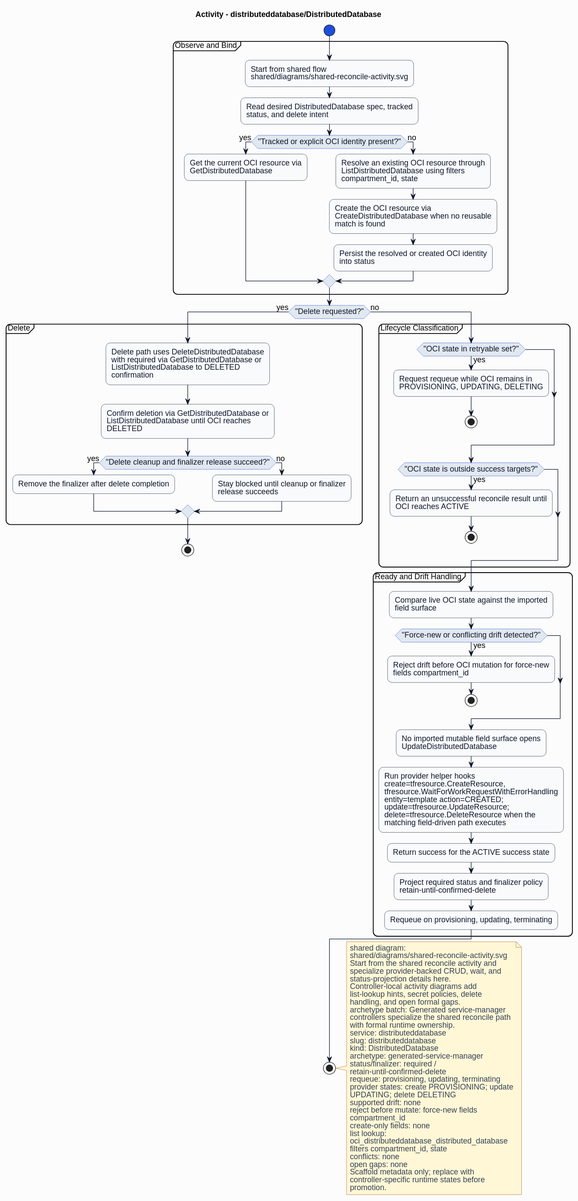
Earlier version of the PlantUML export formal/controllers/distributeddatabase/distributeddatabase/diagrams/activity.svg (HaoyL666/oci-service-operator).
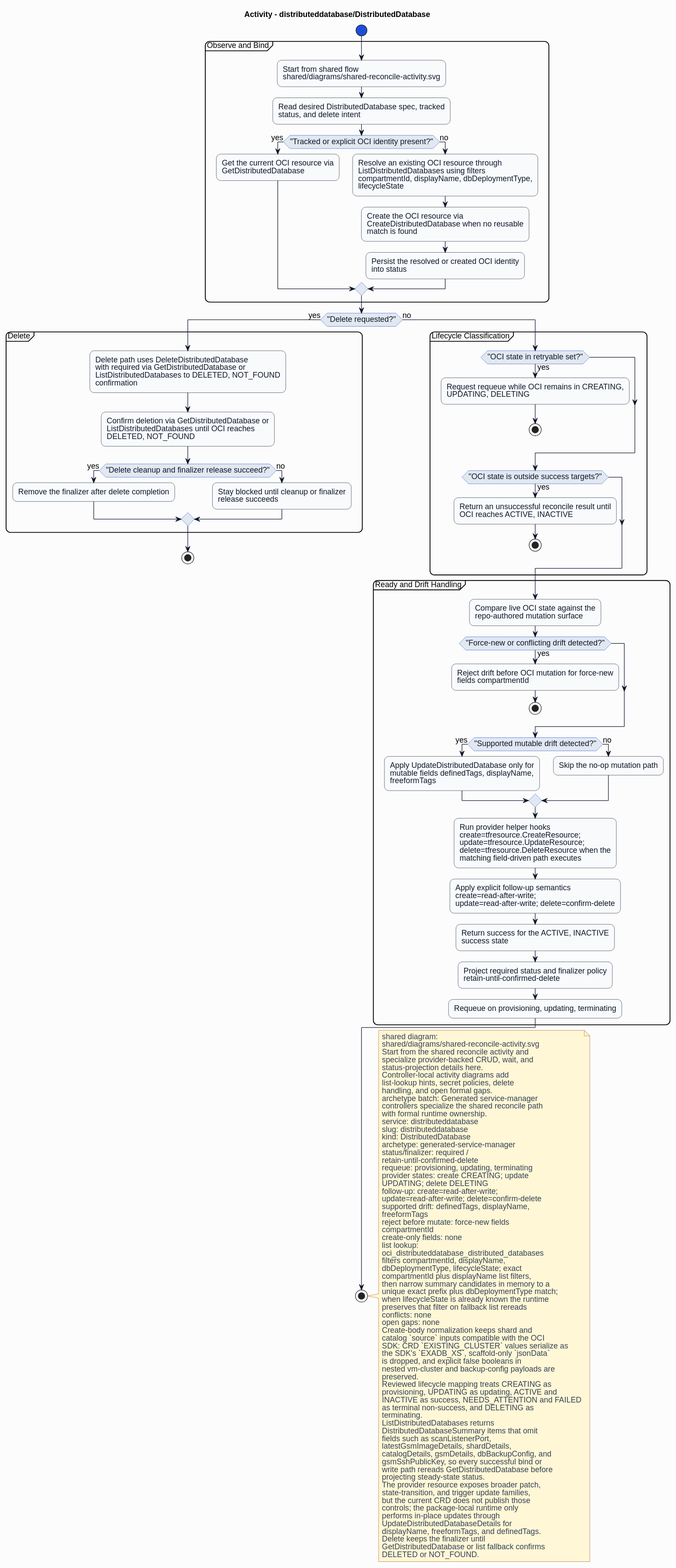
The same diagram one commit later.

Commit message:
US-170: implement DistributedDatabase runtime

Change to the diagram source:
```diff
@@ -27,15 +27,15 @@
 if ("Tracked or explicit OCI identity present?") then (yes)
 :Get the current OCI resource via\nGetDistributedDatabase;
 else (no)
-:Resolve an existing OCI resource through\nListDistributedDatabase using filters\ncompartment_id, state;
+:Resolve an existing OCI resource through\nListDistributedDatabases using filters\ncompartmentId, displayName, dbDeploymentType,\nlifecycleState;
 :Create the OCI resource via\nCreateDistributedDatabase when no reusable\nmatch is found;
 :Persist the resolved or created OCI identity\ninto status;
 endif
 }
 if ("Delete requested?") then (yes)
 partition "Delete" {
-:Delete path uses DeleteDistributedDatabase\nwith required via GetDistributedDatabase or\nListDistributedDatabase to DELETED\nconfirmation;
-:Confirm deletion via GetDistributedDatabase or\nListDistributedDatabase until OCI reaches\nDELETED;
+:Delete path uses DeleteDistributedDatabase\nwith required via GetDistributedDatabase or\nListDistributedDatabases to DELETED, NOT_FOUND\nconfirmation;
+:Confirm deletion via GetDistributedDatabase or\nListDistributedDatabases until OCI reaches\nDELETED, NOT_FOUND;
 if ("Delete cleanup and finalizer release succeed?") then (yes)
 :Remove the finalizer after delete completion;
 else (no)
@@ -46,23 +46,28 @@
 else (no)
 partition "Lifecycle Classification" {
 if ("OCI state in retryable set?") then (yes)
-:Request requeue while OCI remains in\nPROVISIONING, UPDATING, DELETING;
+:Request requeue while OCI remains in CREATING,\nUPDATING, DELETING;
 stop
 endif
 if ("OCI state is outside success targets?") then (yes)
-:Return an unsuccessful reconcile result until\nOCI reaches ACTIVE;
+:Return an unsuccessful reconcile result until\nOCI reaches ACTIVE, INACTIVE;
 stop
 endif
 }
 partition "Ready and Drift Handling" {
-:Compare live OCI state against the imported\nfield surface;
+:Compare live OCI state against the\nrepo-authored mutation surface;
 if ("Force-new or conflicting drift detected?") then (yes)
-:Reject drift before OCI mutation for force-new\nfields compartment_id;
+:Reject drift before OCI mutation for force-new\nfields compartmentId;
 stop
 endif
-:No imported mutable field surface opens\nUpdateDistributedDatabase;
-:Run provider helper hooks\ncreate=tfresource.CreateResource,\ntfresource.WaitForWorkRequestWithErrorHandling\nentity=template action=CREATED;\nupdate=tfresource.UpdateResource;\ndelete=tfresource.DeleteResource when the\nmatching field-driven path executes;
-:Return success for the ACTIVE success state;
+if ("Supported mutable drift detected?") then (yes)
+:Apply UpdateDistributedDatabase only for\nmutable fields definedTags, displayName,\nfreeformTags;
+else (no)
+:Skip the no-op mutation path;
+endif
+:Run provider helper hooks\ncreate=tfresource.CreateResource;\nupdate=tfresource.UpdateResource;\ndelete=tfresource.DeleteResource when the\nmatching field-driven path executes;
+:Apply explicit follow-up semantics\ncreate=read-after-write;\nupdate=read-after-write; delete=confirm-delete;
+:Return success for the ACTIVE, INACTIVE\nsuccess state;
 :Project required status and finalizer policy\nretain-until-confirmed-delete;
 :Requeue on provisioning, updating, terminating;
 }
@@ -87,19 +92,55 @@
 status/finalizer: required /
 retain-until-confirmed-delete
 requeue: provisioning, updating, terminating
-provider states: create PROVISIONING; update
+provider states: create CREATING; update
 UPDATING; delete DELETING
-supported drift: none
+follow-up: create=read-after-write;
+update=read-after-write; delete=confirm-delete
+supported drift: definedTags, displayName,
+freeformTags
 reject before mutate: force-new fields
-compartment_id
+compartmentId
 create-only fields: none
 list lookup:
-oci_distributeddatabase_distributed_database
-filters compartment_id, state
+oci_distributeddatabase_distributed_databases
+filters compartmentId, displayName,
+dbDeploymentType, lifecycleState; exact
+compartmentId plus displayName list filters,
+then narrow summary candidates in memory to a
+unique exact prefix plus dbDeploymentType match;
+when lifecycleState is already known the runtime
+preserves that filter on fallback list rereads
 conflicts: none
 open gaps: none
-Scaffold metadata only; replace with
-controller-specific runtime states before
-promotion.
+Create-body normalization keeps shard and
+catalog `source` inputs compatible with the OCI
+SDK: CRD `EXISTING_CLUSTER` values serialize as
+the SDK's `EXADB_XS`, scaffold-only `jsonData`
+is dropped, and explicit false booleans in
+nested vm-cluster and backup-config payloads are
+preserved.
+Reviewed lifecycle mapping treats CREATING as
+provisioning, UPDATING as updating, ACTIVE and
+INACTIVE as success, NEEDS_ATTENTION and FAILED
+as terminal non-success, and DELETING as
+terminating.
+ListDistributedDatabases returns
+DistributedDatabaseSummary items that omit
+fields such as scanListenerPort,
+latestGsmImageDetails, shardDetails,
+catalogDetails, gsmDetails, dbBackupConfig, and
+gsmSshPublicKey, so every successful bind or
+write path rereads GetDistributedDatabase before
+projecting steady-state status.
+The provider resource exposes broader patch,
+state-transition, and trigger update families,
+but the current CRD does not publish those
+controls; the package-local runtime only
+performs in-place updates through
+UpdateDistributedDatabaseDetails for
+displayName, freeformTags, and definedTags.
+Delete keeps the finalizer until
+GetDistributedDatabase or list fallback confirms
+DELETED or NOT_FOUND.
 end note
 @enduml
```
